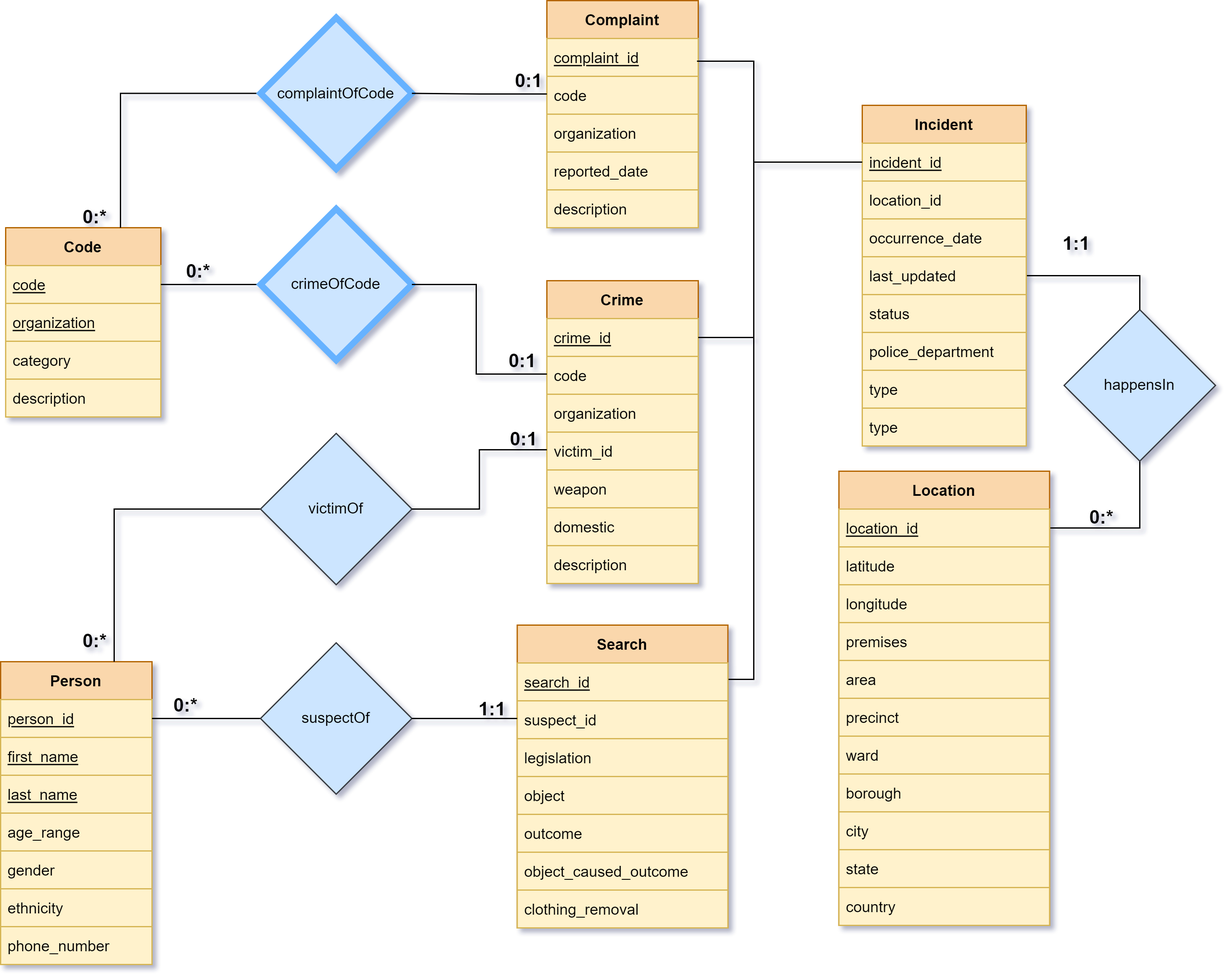
This is docs/ERmodel/ERmodel.png from alvii147/CrimeStatsAnalysis, a draw.io export, as it was before one commit. Source tidied: cells renumbered, new cells last; positions are measured from the earlier drawing's top-left corner, leaving out a move shared by most shapes.
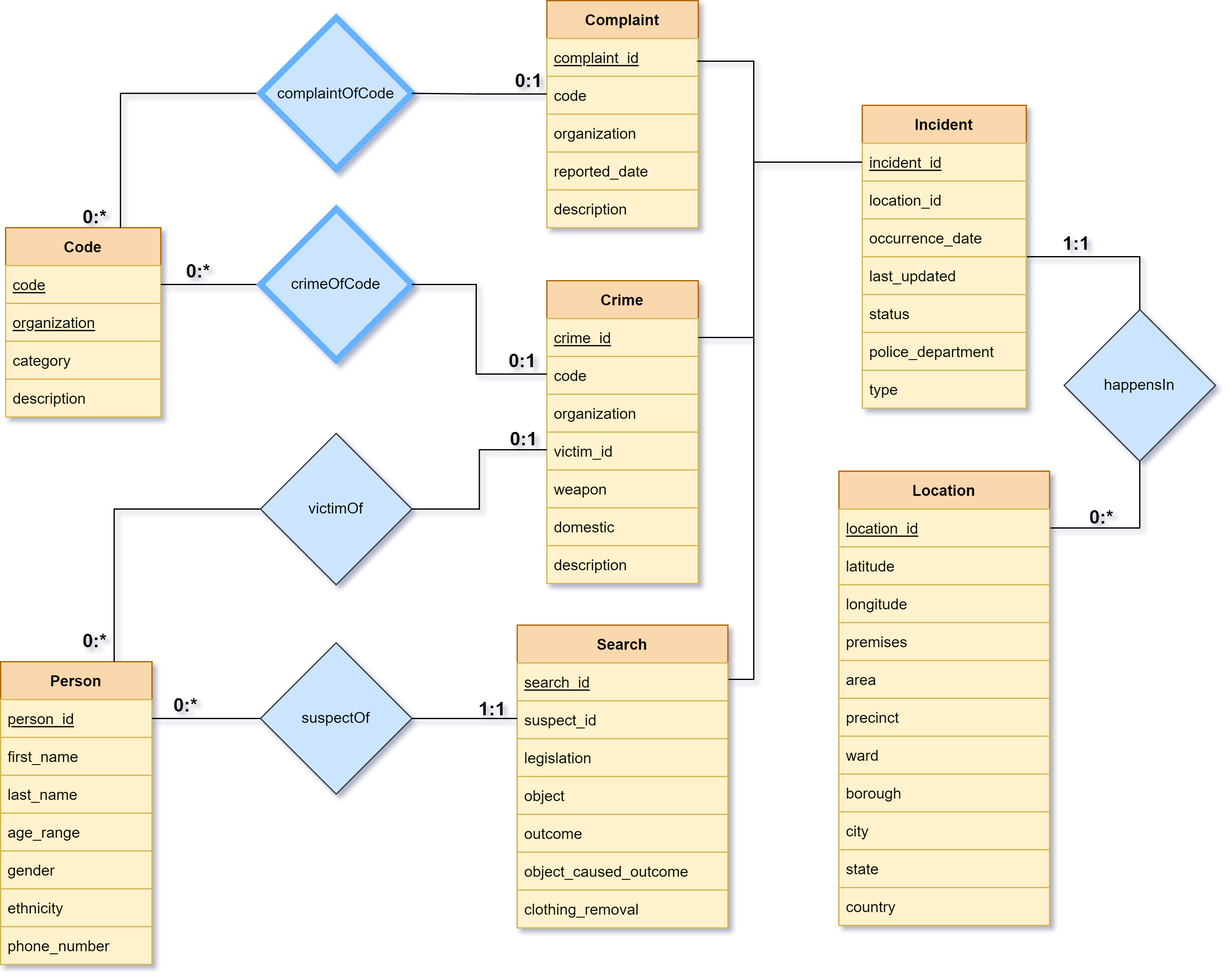
After the change.

The edit, as a diff of the source:
```diff
@@ -36,7 +36,7 @@
       <mxGeometry relative="1" as="geometry" />
     </mxCell>
     <mxCell id="13" value="Incident" style="swimlane;fontStyle=1;horizontal=1;startSize=30;fillColor=#fad7ac;strokeColor=#b46504;" parent="1" vertex="1">
-      <mxGeometry x="683" y="83" width="130" height="270" as="geometry" />
+      <mxGeometry x="683" y="83" width="130" height="240" as="geometry" />
     </mxCell>
     <mxCell id="14" value="incident_id" style="text;strokeColor=#d6b656;fillColor=#fff2cc;align=left;verticalAlign=middle;spacingLeft=4;spacingRight=4;overflow=hidden;points=[[0,0.5],[1,0.5]];portConstraint=eastwest;fontStyle=4;" parent="13" vertex="1">
       <mxGeometry y="30" width="130" height="30" as="geometry" />
@@ -56,11 +56,8 @@
     <mxCell id="19" value="police_department" style="text;strokeColor=#d6b656;fillColor=#fff2cc;align=left;verticalAlign=middle;spacingLeft=4;spacingRight=4;overflow=hidden;" parent="13" vertex="1">
       <mxGeometry y="180" width="130" height="30" as="geometry" />
     </mxCell>
-    <mxCell id="20" value="type" style="text;strokeColor=#d6b656;fillColor=#fff2cc;align=left;verticalAlign=middle;spacingLeft=4;spacingRight=4;overflow=hidden;" parent="13" vertex="1">
-      <mxGeometry y="210" width="130" height="30" as="geometry" />
-    </mxCell>
     <mxCell id="21" value="type" style="text;strokeColor=#d6b656;fillColor=#fff2cc;align=left;verticalAlign=middle;spacingLeft=4;spacingRight=4;overflow=hidden;" parent="13" vertex="1">
-      <mxGeometry y="240" width="130" height="30" as="geometry" />
+      <mxGeometry y="210" width="130" height="30" as="geometry" />
     </mxCell>
     <mxCell id="22" value="1:1" style="text;html=1;strokeColor=none;fillColor=none;align=center;verticalAlign=middle;whiteSpace=wrap;rounded=0;fontSize=15;fontStyle=1;" parent="1" vertex="1">
       <mxGeometry x="833" y="182" width="40" height="19" as="geometry" />
@@ -113,10 +110,10 @@
     <mxCell id="38" value="person_id" style="text;strokeColor=#d6b656;fillColor=#fff2cc;align=left;verticalAlign=middle;spacingLeft=4;spacingRight=4;overflow=hidden;points=[[0,0.5],[1,0.5]];portConstraint=eastwest;fontStyle=4;" parent="37" vertex="1">
       <mxGeometry y="30" width="120" height="30" as="geometry" />
     </mxCell>
-    <mxCell id="39" value="first_name" style="text;strokeColor=#d6b656;fillColor=#fff2cc;align=left;verticalAlign=middle;spacingLeft=4;spacingRight=4;overflow=hidden;fontStyle=4;" parent="37" vertex="1">
+    <mxCell id="39" value="first_name" style="text;strokeColor=#d6b656;fillColor=#fff2cc;align=left;verticalAlign=middle;spacingLeft=4;spacingRight=4;overflow=hidden;fontStyle=0;" parent="37" vertex="1">
       <mxGeometry y="60" width="120" height="30" as="geometry" />
     </mxCell>
-    <mxCell id="40" value="last_name" style="text;strokeColor=#d6b656;fillColor=#fff2cc;align=left;verticalAlign=middle;spacingLeft=4;spacingRight=4;overflow=hidden;fontStyle=4;" parent="37" vertex="1">
+    <mxCell id="40" value="last_name" style="text;strokeColor=#d6b656;fillColor=#fff2cc;align=left;verticalAlign=middle;spacingLeft=4;spacingRight=4;overflow=hidden;fontStyle=0;" parent="37" vertex="1">
       <mxGeometry y="90" width="120" height="30" as="geometry" />
     </mxCell>
     <mxCell id="41" value="age_range" style="text;strokeColor=#d6b656;fillColor=#fff2cc;align=left;verticalAlign=middle;spacingLeft=4;spacingRight=4;overflow=hidden;fontStyle=0;" parent="37" vertex="1">
```
